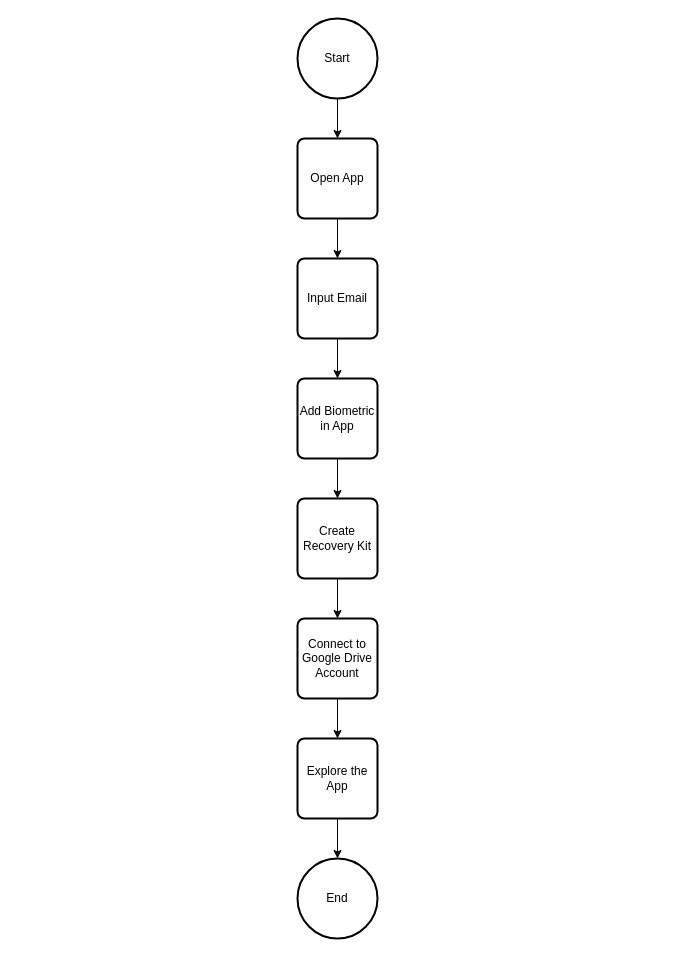
Above: ZenGo Recovery (W).drawio in hanggaa/Diagram (draw.io), before the change. Source tidied: cells renumbered, new cells numbered last; positions are measured from the earlier drawing's top-left corner, leaving out a move shared by most shapes. Both pictures are drawn from the tidied source at 100%, with x=0, y=0 at pixel (297, 18).
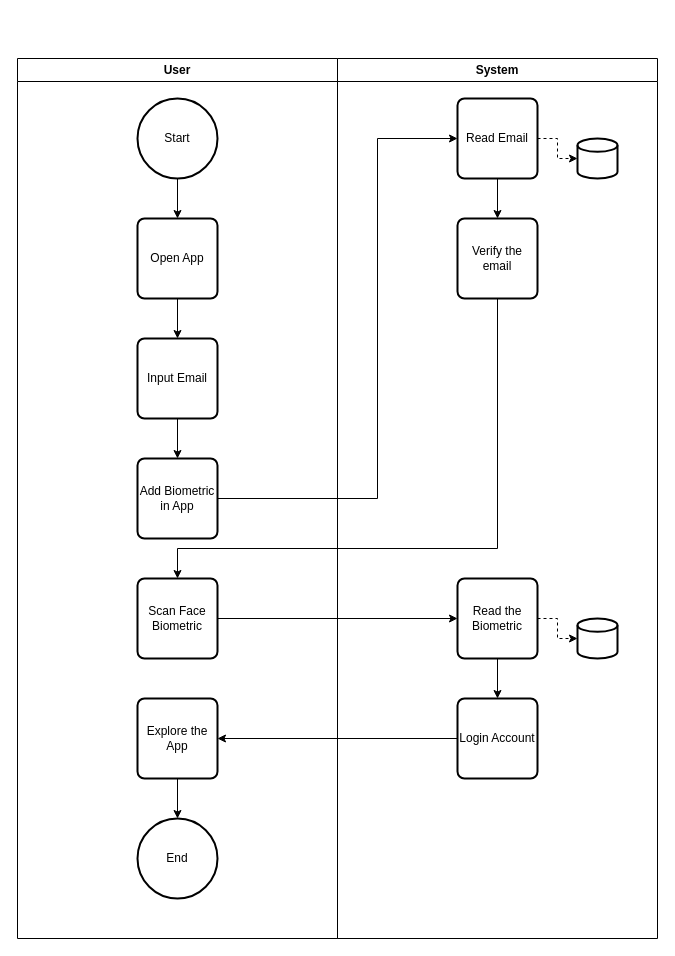
The same diagram, later.

What changed in the source:
```diff
@@
+    <mxCell id="17" value="User" style="swimlane;whiteSpace=wrap;html=1;" parent="1" vertex="1">
+      <mxGeometry x="-280" y="40" width="320" height="880" as="geometry" />
+    </mxCell>
+    <mxCell id="3" value="Start" style="strokeWidth=2;html=1;shape=mxgraph.flowchart.start_2;whiteSpace=wrap;" parent="17" vertex="1">
+      <mxGeometry x="120" y="40" width="80" height="80" as="geometry" />
+    </mxCell>
+    <mxCell id="5" value="Open App" style="rounded=1;whiteSpace=wrap;html=1;absoluteArcSize=1;arcSize=14;strokeWidth=2;" parent="17" vertex="1">
+      <mxGeometry x="120" y="160" width="80" height="80" as="geometry" />
+    </mxCell>
-    <mxCell id="2" style="edgeStyle=orthogonalEdgeStyle;rounded=0;jettySize=auto;html=1;exitX=0.5;exitY=1;exitDx=0;exitDy=0;exitPerimeter=0;entryX=0.5;entryY=0;entryDx=0;entryDy=0;" parent="1" edge="1" source="3" target="5">
+    <mxCell id="2" style="edgeStyle=orthogonalEdgeStyle;rounded=0;jettySize=auto;html=1;exitX=0.5;exitY=1;exitDx=0;exitDy=0;exitPerimeter=0;entryX=0.5;entryY=0;entryDx=0;entryDy=0;" parent="17" edge="1" source="3" target="5">
       <mxGeometry relative="1" as="geometry" />
     </mxCell>
-    <mxCell id="3" value="Start" style="strokeWidth=2;html=1;shape=mxgraph.flowchart.start_2;whiteSpace=wrap;" parent="1" vertex="1">
-      <mxGeometry width="80" height="80" as="geometry" />
-    </mxCell>
+    <mxCell id="7" value="Input Email" style="rounded=1;whiteSpace=wrap;html=1;absoluteArcSize=1;arcSize=14;strokeWidth=2;" parent="17" vertex="1">
+      <mxGeometry x="120" y="280" width="80" height="80" as="geometry" />
+    </mxCell>
-    <mxCell id="4" style="edgeStyle=orthogonalEdgeStyle;rounded=0;jettySize=auto;html=1;exitX=0.5;exitY=1;exitDx=0;exitDy=0;entryX=0.5;entryY=0;entryDx=0;entryDy=0;" parent="1" edge="1" source="5" target="7">
+    <mxCell id="4" style="edgeStyle=orthogonalEdgeStyle;rounded=0;jettySize=auto;html=1;exitX=0.5;exitY=1;exitDx=0;exitDy=0;entryX=0.5;entryY=0;entryDx=0;entryDy=0;" parent="17" edge="1" source="5" target="7">
       <mxGeometry relative="1" as="geometry" />
     </mxCell>
-    <mxCell id="5" value="Open App" style="rounded=1;whiteSpace=wrap;html=1;absoluteArcSize=1;arcSize=14;strokeWidth=2;" parent="1" vertex="1">
-      <mxGeometry y="120" width="80" height="80" as="geometry" />
-    </mxCell>
+    <mxCell id="9" value="Add Biometric in App" style="rounded=1;whiteSpace=wrap;html=1;absoluteArcSize=1;arcSize=14;strokeWidth=2;" parent="17" vertex="1">
+      <mxGeometry x="120" y="400" width="80" height="80" as="geometry" />
+    </mxCell>
-    <mxCell id="6" style="edgeStyle=orthogonalEdgeStyle;rounded=0;jettySize=auto;html=1;exitX=0.5;exitY=1;exitDx=0;exitDy=0;entryX=0.5;entryY=0;entryDx=0;entryDy=0;" parent="1" edge="1" source="7" target="9">
+    <mxCell id="6" style="edgeStyle=orthogonalEdgeStyle;rounded=0;jettySize=auto;html=1;exitX=0.5;exitY=1;exitDx=0;exitDy=0;entryX=0.5;entryY=0;entryDx=0;entryDy=0;" parent="17" edge="1" source="7" target="9">
       <mxGeometry relative="1" as="geometry" />
     </mxCell>
-    <mxCell id="7" value="Input Email" style="rounded=1;whiteSpace=wrap;html=1;absoluteArcSize=1;arcSize=14;strokeWidth=2;" parent="1" vertex="1">
-      <mxGeometry y="240" width="80" height="80" as="geometry" />
-    </mxCell>
-    <mxCell id="8" style="edgeStyle=orthogonalEdgeStyle;rounded=0;jettySize=auto;html=1;exitX=0.5;exitY=1;exitDx=0;exitDy=0;entryX=0.5;entryY=0;entryDx=0;entryDy=0;" parent="1" edge="1" source="9" target="11">
-      <mxGeometry relative="1" as="geometry" />
-    </mxCell>
-    <mxCell id="9" value="Add Biometric in App" style="rounded=1;whiteSpace=wrap;html=1;absoluteArcSize=1;arcSize=14;strokeWidth=2;" parent="1" vertex="1">
-      <mxGeometry y="360" width="80" height="80" as="geometry" />
-    </mxCell>
-    <mxCell id="10" style="edgeStyle=orthogonalEdgeStyle;rounded=0;jettySize=auto;html=1;exitX=0.5;exitY=1;exitDx=0;exitDy=0;entryX=0.5;entryY=0;entryDx=0;entryDy=0;" parent="1" edge="1" source="11" target="13">
-      <mxGeometry relative="1" as="geometry" />
-    </mxCell>
-    <mxCell id="11" value="Create Recovery Kit" style="rounded=1;whiteSpace=wrap;html=1;absoluteArcSize=1;arcSize=14;strokeWidth=2;" parent="1" vertex="1">
-      <mxGeometry y="480" width="80" height="80" as="geometry" />
-    </mxCell>
-    <mxCell id="12" style="edgeStyle=orthogonalEdgeStyle;rounded=0;jettySize=auto;html=1;exitX=0.5;exitY=1;exitDx=0;exitDy=0;entryX=0.5;entryY=0;entryDx=0;entryDy=0;" parent="1" edge="1" source="13" target="15">
-      <mxGeometry relative="1" as="geometry" />
-    </mxCell>
-    <mxCell id="13" value="Connect to Google Drive Account" style="rounded=1;whiteSpace=wrap;html=1;absoluteArcSize=1;arcSize=14;strokeWidth=2;" parent="1" vertex="1">
-      <mxGeometry y="600" width="80" height="80" as="geometry" />
-    </mxCell>
+    <mxCell id="18" value="Scan Face Biometric" style="rounded=1;whiteSpace=wrap;html=1;absoluteArcSize=1;arcSize=14;strokeWidth=2;" parent="17" vertex="1">
+      <mxGeometry x="120" y="520" width="80" height="80" as="geometry" />
+    </mxCell>
-    <mxCell id="14" style="edgeStyle=orthogonalEdgeStyle;rounded=0;jettySize=auto;html=1;exitX=0.5;exitY=1;exitDx=0;exitDy=0;entryX=0.5;entryY=0;entryDx=0;entryDy=0;entryPerimeter=0;" parent="1" edge="1" source="15" target="16">
+    <mxCell id="14" style="edgeStyle=orthogonalEdgeStyle;rounded=0;jettySize=auto;html=1;exitX=0.5;exitY=1;exitDx=0;exitDy=0;entryX=0.5;entryY=0;entryDx=0;entryDy=0;entryPerimeter=0;" parent="17" edge="1" source="15" target="16">
       <mxGeometry relative="1" as="geometry" />
     </mxCell>
-    <mxCell id="15" value="Explore the App" style="rounded=1;whiteSpace=wrap;html=1;absoluteArcSize=1;arcSize=14;strokeWidth=2;" parent="1" vertex="1">
-      <mxGeometry y="720" width="80" height="80" as="geometry" />
+    <mxCell id="15" value="Explore the App" style="rounded=1;whiteSpace=wrap;html=1;absoluteArcSize=1;arcSize=14;strokeWidth=2;" parent="17" vertex="1">
+      <mxGeometry x="120" y="640" width="80" height="80" as="geometry" />
     </mxCell>
-    <mxCell id="16" value="End" style="strokeWidth=2;html=1;shape=mxgraph.flowchart.start_2;whiteSpace=wrap;" parent="1" vertex="1">
-      <mxGeometry y="840" width="80" height="80" as="geometry" />
+    <mxCell id="16" value="End" style="strokeWidth=2;html=1;shape=mxgraph.flowchart.start_2;whiteSpace=wrap;" parent="17" vertex="1">
+      <mxGeometry x="120" y="760" width="80" height="80" as="geometry" />
     </mxCell>
+    <mxCell id="19" value="System" style="swimlane;whiteSpace=wrap;html=1;startSize=23;" parent="1" vertex="1">
+      <mxGeometry x="40" y="40" width="320" height="880" as="geometry" />
+    </mxCell>
+    <mxCell id="20" style="edgeStyle=orthogonalEdgeStyle;rounded=0;jettySize=auto;html=1;exitX=1;exitY=0.5;exitDx=0;exitDy=0;entryX=0;entryY=0.5;entryDx=0;entryDy=0;entryPerimeter=0;dashed=1;" parent="19" edge="1" source="11" target="22">
+      <mxGeometry relative="1" as="geometry" />
+    </mxCell>
+    <mxCell id="21" style="edgeStyle=orthogonalEdgeStyle;rounded=0;jettySize=auto;html=1;exitX=0.5;exitY=1;exitDx=0;exitDy=0;entryX=0.5;entryY=0;entryDx=0;entryDy=0;" parent="19" edge="1" source="11" target="23">
+      <mxGeometry relative="1" as="geometry" />
+    </mxCell>
+    <mxCell id="11" value="Read Email" style="rounded=1;whiteSpace=wrap;html=1;absoluteArcSize=1;arcSize=14;strokeWidth=2;" parent="19" vertex="1">
+      <mxGeometry x="120" y="40" width="80" height="80" as="geometry" />
+    </mxCell>
+    <mxCell id="22" style="strokeWidth=2;html=1;shape=mxgraph.flowchart.database;whiteSpace=wrap;" parent="19" vertex="1">
+      <mxGeometry x="240" y="80" width="40" height="40" as="geometry" />
+    </mxCell>
+    <mxCell id="23" value="Verify the email" style="rounded=1;whiteSpace=wrap;html=1;absoluteArcSize=1;arcSize=14;strokeWidth=2;" parent="19" vertex="1">
+      <mxGeometry x="120" y="160" width="80" height="80" as="geometry" />
+    </mxCell>
+    <mxCell id="24" style="edgeStyle=orthogonalEdgeStyle;rounded=0;jettySize=auto;html=1;exitX=1;exitY=0.5;exitDx=0;exitDy=0;entryX=0;entryY=0.5;entryDx=0;entryDy=0;entryPerimeter=0;dashed=1;" parent="19" edge="1" source="26" target="27">
+      <mxGeometry relative="1" as="geometry" />
+    </mxCell>
+    <mxCell id="25" style="edgeStyle=orthogonalEdgeStyle;rounded=0;jettySize=auto;html=1;exitX=0.5;exitY=1;exitDx=0;exitDy=0;entryX=0.5;entryY=0;entryDx=0;entryDy=0;" parent="19" edge="1" source="26" target="28">
+      <mxGeometry relative="1" as="geometry" />
+    </mxCell>
+    <mxCell id="26" value="Read the Biometric" style="rounded=1;whiteSpace=wrap;html=1;absoluteArcSize=1;arcSize=14;strokeWidth=2;" parent="19" vertex="1">
+      <mxGeometry x="120" y="520" width="80" height="80" as="geometry" />
+    </mxCell>
+    <mxCell id="27" style="strokeWidth=2;html=1;shape=mxgraph.flowchart.database;whiteSpace=wrap;" parent="19" vertex="1">
+      <mxGeometry x="240" y="560" width="40" height="40" as="geometry" />
+    </mxCell>
+    <mxCell id="28" value="Login Account" style="rounded=1;whiteSpace=wrap;html=1;absoluteArcSize=1;arcSize=14;strokeWidth=2;" parent="19" vertex="1">
+      <mxGeometry x="120" y="640" width="80" height="80" as="geometry" />
+    </mxCell>
+    <mxCell id="8" style="edgeStyle=orthogonalEdgeStyle;rounded=0;jettySize=auto;html=1;exitX=1;exitY=0.5;exitDx=0;exitDy=0;entryX=0;entryY=0.5;entryDx=0;entryDy=0;" parent="1" edge="1" source="9" target="11">
+      <mxGeometry relative="1" as="geometry">
+        <Array as="points">
+          <mxPoint x="80" y="480" />
+          <mxPoint x="80" y="120" />
+        </Array>
+      </mxGeometry>
+    </mxCell>
+    <mxCell id="29" style="edgeStyle=orthogonalEdgeStyle;rounded=0;jettySize=auto;html=1;exitX=0.5;exitY=1;exitDx=0;exitDy=0;entryX=0.5;entryY=0;entryDx=0;entryDy=0;" parent="1" edge="1" source="23" target="18">
+      <mxGeometry relative="1" as="geometry">
+        <Array as="points">
+          <mxPoint x="200" y="530" />
+          <mxPoint x="-120" y="530" />
+        </Array>
+      </mxGeometry>
+    </mxCell>
+    <mxCell id="30" style="edgeStyle=orthogonalEdgeStyle;rounded=0;jettySize=auto;html=1;exitX=1;exitY=0.5;exitDx=0;exitDy=0;entryX=0;entryY=0.5;entryDx=0;entryDy=0;" parent="1" edge="1" source="18" target="26">
+      <mxGeometry relative="1" as="geometry" />
+    </mxCell>
+    <mxCell id="31" style="edgeStyle=orthogonalEdgeStyle;rounded=0;jettySize=auto;html=1;exitX=0;exitY=0.5;exitDx=0;exitDy=0;entryX=1;entryY=0.5;entryDx=0;entryDy=0;" parent="1" edge="1" source="28" target="15">
+      <mxGeometry relative="1" as="geometry" />
+    </mxCell>
```
